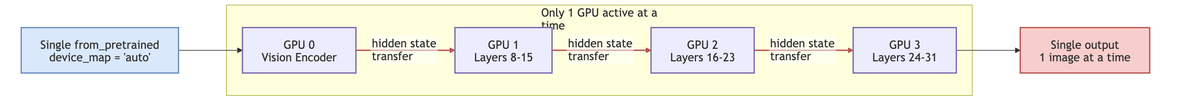
Above: docs/diagrams/hf_pipeline_parallelism.png in tmnestor/LMM_POC (Mermaid), before the change. Its source is kept beside it as docs/diagrams/hf_pipeline_parallelism.mmd. Source of this version:
```mermaid
graph LR
    subgraph load [" "]
        direction TB
        A["Single from_pretrained<br/>device_map = 'auto'"]
    end

    subgraph pipeline ["Only 1 GPU active at a time"]
        direction LR
        C["GPU 0<br/>Vision Encoder<br/>+ Layers 0-7"]
        D["GPU 1<br/>Layers 8-15"]
        E["GPU 2<br/>Layers 16-23"]
        F["GPU 3<br/>Layers 24-31<br/>+ LM Head"]
        C -->|"hidden state<br/>transfer"| D -->|"hidden state<br/>transfer"| E -->|"hidden state<br/>transfer"| F
    end

    subgraph output [" "]
        direction TB
        G["Single output<br/>1 image at a time"]
    end

    A --> C
    F --> G

    style A fill:#DAE8FC,stroke:#6C8EBF,stroke-width:2px,color:#333
    style C fill:#ECECFF,stroke:#7B68AE,stroke-width:2px,color:#333
    style D fill:#ECECFF,stroke:#7B68AE,stroke-width:2px,color:#333
    style E fill:#ECECFF,stroke:#7B68AE,stroke-width:2px,color:#333
    style F fill:#ECECFF,stroke:#7B68AE,stroke-width:2px,color:#333
    style G fill:#F8CECC,stroke:#B85450,stroke-width:2px,color:#333
    style load fill:none,stroke:none
    style output fill:none,stroke:none

    linkStyle 0 stroke:#B85450,stroke-width:2px
    linkStyle 1 stroke:#B85450,stroke-width:2px
    linkStyle 2 stroke:#B85450,stroke-width:2px
```
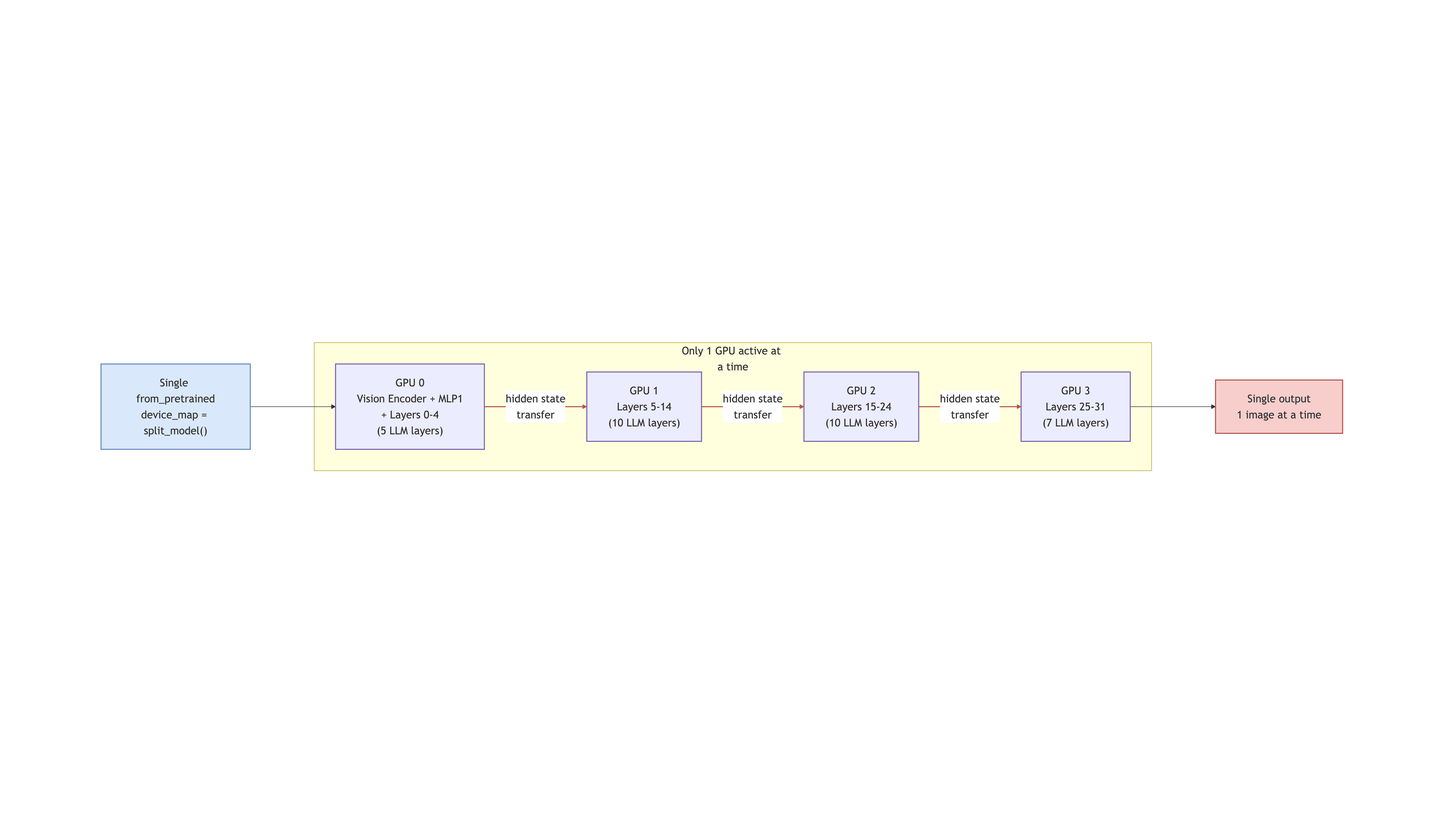
The same diagram one commit later.

Commit message:
🐛 fix: correct pipeline parallelism layer distribution for InternVL3.5-8B split_model on 4x A10G

Change to the diagram source:
```diff
@@ -1,15 +1,15 @@
 graph LR
     subgraph load [" "]
         direction TB
-        A["Single from_pretrained<br/>device_map = 'auto'"]
+        A["Single from_pretrained<br/>device_map = split_model()"]
     end
 
     subgraph pipeline ["Only 1 GPU active at a time"]
         direction LR
-        C["GPU 0<br/>Vision Encoder<br/>+ Layers 0-7"]
-        D["GPU 1<br/>Layers 8-15"]
-        E["GPU 2<br/>Layers 16-23"]
-        F["GPU 3<br/>Layers 24-31<br/>+ LM Head"]
+        C["GPU 0<br/>Vision Encoder + MLP1<br/>+ Layers 0-4<br/>(5 LLM layers)"]
+        D["GPU 1<br/>Layers 5-14<br/>(10 LLM layers)"]
+        E["GPU 2<br/>Layers 15-24<br/>(10 LLM layers)"]
+        F["GPU 3<br/>Layers 25-31<br/>(7 LLM layers)"]
         C -->|"hidden state<br/>transfer"| D -->|"hidden state<br/>transfer"| E -->|"hidden state<br/>transfer"| F
     end
 
```
